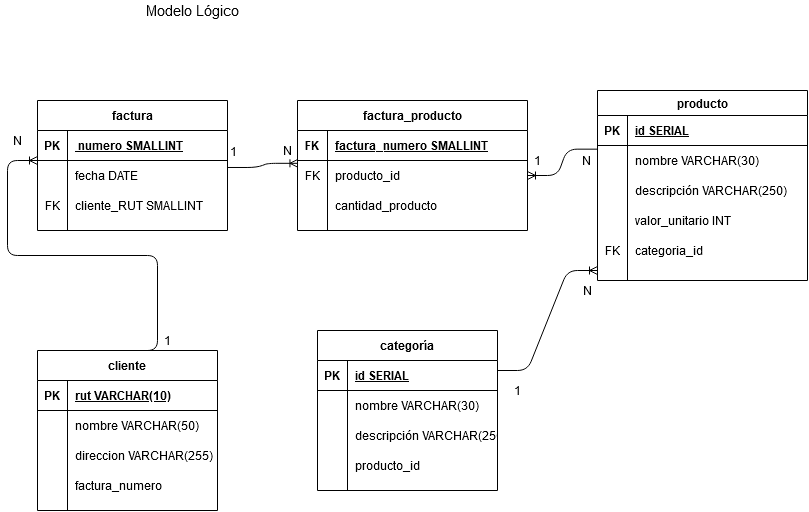
The draw.io diagram prueba_sql.png in gilibethvega/prueba_sql, before a commit. Source tidied: cells renumbered, new cells last; positions are measured from the earlier drawing's top-left corner, leaving out a move shared by most shapes.
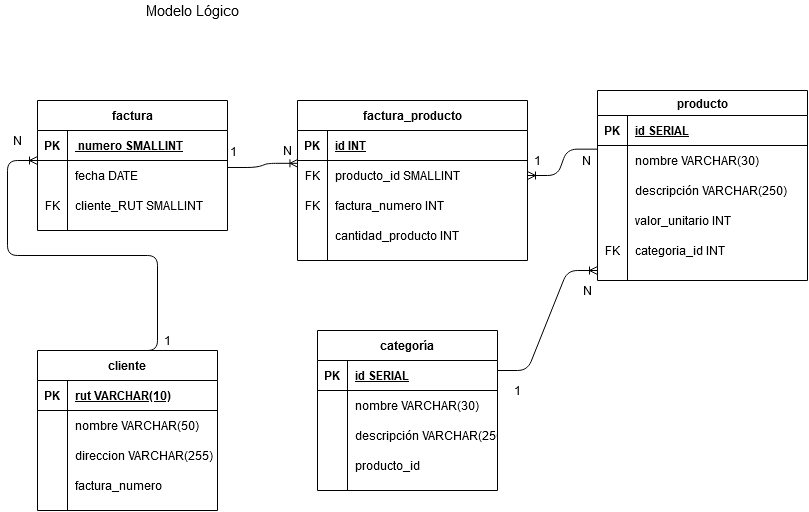
Later version of the same file.

What changed in the source:
```diff
@@ -158,19 +158,19 @@
     <mxCell id="53" value="FK" style="shape=partialRectangle;fillColor=none;top=0;left=0;bottom=0;right=0;fontStyle=0;overflow=hidden;" parent="52" vertex="1">
       <mxGeometry width="30" height="30" as="geometry" />
     </mxCell>
-    <mxCell id="54" value="categoria_id" style="shape=partialRectangle;fillColor=none;top=0;left=0;bottom=0;right=0;align=left;spacingLeft=6;fontStyle=0;overflow=hidden;" parent="52" vertex="1">
+    <mxCell id="54" value="categoria_id INT" style="shape=partialRectangle;fillColor=none;top=0;left=0;bottom=0;right=0;align=left;spacingLeft=6;fontStyle=0;overflow=hidden;" parent="52" vertex="1">
       <mxGeometry x="30" width="180" height="30" as="geometry" />
     </mxCell>
     <mxCell id="55" value="factura_producto" style="shape=table;startSize=30;rowLines=0;fontStyle=1;align=center;" parent="1" vertex="1">
-      <mxGeometry x="290" y="100" width="230" height="130" as="geometry" />
+      <mxGeometry x="290" y="100" width="230" height="160" as="geometry" />
     </mxCell>
     <mxCell id="56" style="shape=partialRectangle;fillColor=none;top=0;left=0;bottom=1;right=0;" parent="55" vertex="1">
       <mxGeometry y="30" width="230" height="30" as="geometry" />
     </mxCell>
-    <mxCell id="57" value="FK" style="shape=partialRectangle;fillColor=none;top=0;left=0;bottom=0;right=0;fontStyle=1;overflow=hidden;" parent="56" vertex="1">
+    <mxCell id="57" value="PK" style="shape=partialRectangle;fillColor=none;top=0;left=0;bottom=0;right=0;fontStyle=1;overflow=hidden;" parent="56" vertex="1">
       <mxGeometry width="30" height="30" as="geometry" />
     </mxCell>
-    <mxCell id="58" value="factura_numero SMALLINT" style="shape=partialRectangle;fillColor=none;top=0;left=0;bottom=0;right=0;align=left;spacingLeft=6;fontStyle=5;overflow=hidden;" parent="56" vertex="1">
+    <mxCell id="58" value="id INT" style="shape=partialRectangle;fillColor=none;top=0;left=0;bottom=0;right=0;align=left;spacingLeft=6;fontStyle=5;overflow=hidden;" parent="56" vertex="1">
       <mxGeometry x="30" width="200" height="30" as="geometry" />
     </mxCell>
     <mxCell id="59" style="shape=partialRectangle;fillColor=none;top=0;left=0;bottom=0;right=0;points=[[0,0.5],[1,0.5]];portConstraint=eastwest;" parent="55" vertex="1">
@@ -179,16 +179,25 @@
     <mxCell id="60" value="FK" style="shape=partialRectangle;fillColor=none;top=0;left=0;bottom=0;right=0;overflow=hidden;" parent="59" vertex="1">
       <mxGeometry width="30" height="30" as="geometry" />
     </mxCell>
-    <mxCell id="61" value="producto_id" style="shape=partialRectangle;fillColor=none;top=0;left=0;bottom=0;right=0;align=left;spacingLeft=6;overflow=hidden;" parent="59" vertex="1">
+    <mxCell id="61" value="producto_id SMALLINT" style="shape=partialRectangle;fillColor=none;top=0;left=0;bottom=0;right=0;align=left;spacingLeft=6;overflow=hidden;" parent="59" vertex="1">
       <mxGeometry x="30" width="200" height="30" as="geometry" />
     </mxCell>
+    <mxCell id="77" style="shape=partialRectangle;fillColor=none;top=0;left=0;bottom=0;right=0;" parent="55" vertex="1">
+      <mxGeometry y="90" width="230" height="30" as="geometry" />
+    </mxCell>
+    <mxCell id="78" value="FK" style="shape=partialRectangle;fillColor=none;top=0;left=0;bottom=0;right=0;fontStyle=0;overflow=hidden;" parent="77" vertex="1">
+      <mxGeometry width="30" height="30" as="geometry" />
+    </mxCell>
+    <mxCell id="79" value="factura_numero INT" style="shape=partialRectangle;fillColor=none;top=0;left=0;bottom=0;right=0;align=left;spacingLeft=6;fontStyle=0;overflow=hidden;" parent="77" vertex="1">
+      <mxGeometry x="30" width="200" height="30" as="geometry" />
+    </mxCell>
     <mxCell id="62" style="shape=partialRectangle;fillColor=none;top=0;left=0;bottom=0;right=0;" parent="55" vertex="1">
-      <mxGeometry y="90" width="230" height="30" as="geometry" />
+      <mxGeometry y="120" width="230" height="30" as="geometry" />
     </mxCell>
     <mxCell id="63" style="shape=partialRectangle;fillColor=none;top=0;left=0;bottom=0;right=0;overflow=hidden;" parent="62" vertex="1">
       <mxGeometry width="30" height="30" as="geometry" />
     </mxCell>
-    <mxCell id="64" value="cantidad_producto" style="shape=partialRectangle;fillColor=none;top=0;left=0;bottom=0;right=0;align=left;spacingLeft=6;overflow=hidden;" parent="62" vertex="1">
+    <mxCell id="64" value="cantidad_producto INT" style="shape=partialRectangle;fillColor=none;top=0;left=0;bottom=0;right=0;align=left;spacingLeft=6;overflow=hidden;" parent="62" vertex="1">
       <mxGeometry x="30" width="200" height="30" as="geometry" />
     </mxCell>
     <mxCell id="65" style="edgeStyle=entityRelationEdgeStyle;fontSize=12;html=1;endArrow=ERoneToMany;exitX=0.998;exitY=0.233;exitDx=0;exitDy=0;exitPerimeter=0;entryX=0.002;entryY=0.094;entryDx=0;entryDy=0;entryPerimeter=0;" parent="1" edge="1" source="7" target="59">
```
